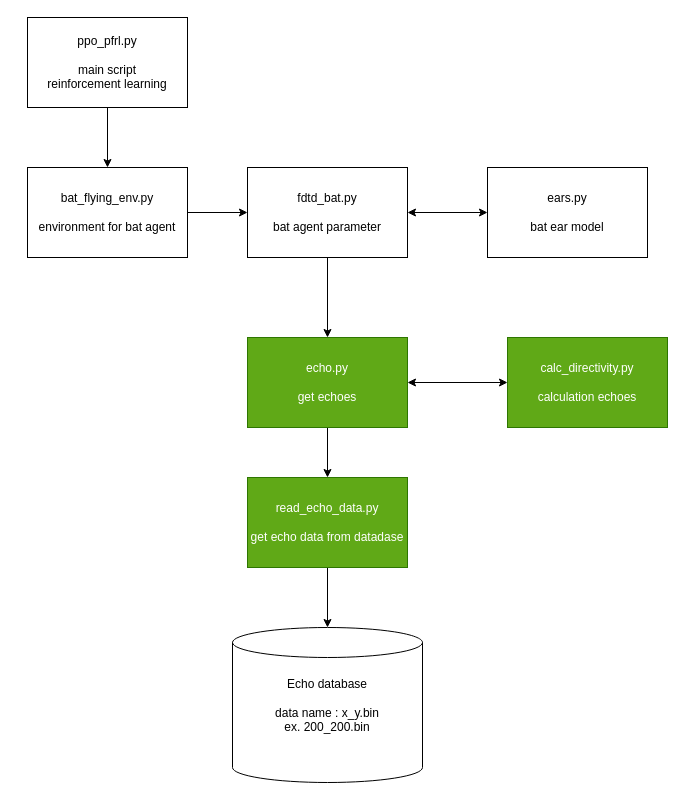
Above: page "Page-2" (2 of 2) of reinforcement_learning/Bat_agent.drawio in tsmyu/openBATS (draw.io), before the change. Source tidied: cells renumbered, new cells numbered last; positions are measured from the earlier drawing's top-left corner, leaving out a move shared by most shapes. Both pictures are drawn from the tidied source at 100%, with x=0, y=0 at pixel (27, 17).
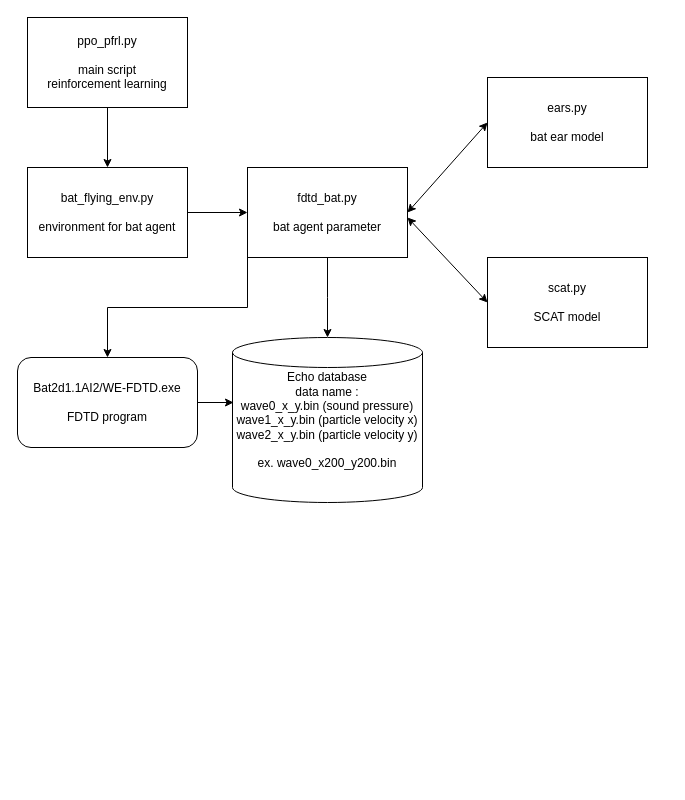
The same page after the edit.

The edit, as a diff of the source:
```diff
@@
 <mxGraphModel>
   <root>
     <mxCell id="0" />
     <mxCell id="1" parent="0" />
-    <mxCell id="2" value="Echo database&lt;br&gt;&lt;br&gt;data name : x_y.bin&lt;br&gt;ex. 200_200.bin" style="shape=cylinder2;whiteSpace=wrap;html=1;boundedLbl=1;backgroundOutline=1;size=15;" parent="1" vertex="1">
-      <mxGeometry x="205" y="610" width="190" height="155" as="geometry" />
+    <mxCell id="2" value="Echo database&lt;br&gt;data name : &lt;br&gt;wave0_x_y.bin (sound pressure)&lt;br&gt;wave1_x_y.bin (particle velocity x)&lt;br&gt;wave2_x_y.bin (particle velocity y)&lt;br&gt;&lt;br&gt;ex. wave0_x200_y200.bin" style="shape=cylinder2;whiteSpace=wrap;html=1;boundedLbl=1;backgroundOutline=1;size=15;" parent="1" vertex="1">
+      <mxGeometry x="205" y="320" width="190" height="165" as="geometry" />
     </mxCell>
     <mxCell id="3" style="edgeStyle=orthogonalEdgeStyle;rounded=0;jettySize=auto;html=1;" parent="1" edge="1" source="4" target="6">
       <mxGeometry relative="1" as="geometry" />
     </mxCell>
     <mxCell id="4" value="ppo_pfrl.py&lt;br&gt;&lt;br&gt;main script&lt;br&gt;reinforcement learning" style="rounded=0;whiteSpace=wrap;html=1;" parent="1" vertex="1">
       <mxGeometry width="160" height="90" as="geometry" />
     </mxCell>
     <mxCell id="5" style="edgeStyle=orthogonalEdgeStyle;rounded=0;jettySize=auto;html=1;" parent="1" edge="1" source="6" target="8">
       <mxGeometry relative="1" as="geometry" />
     </mxCell>
     <mxCell id="6" value="bat_flying_env.py&lt;br&gt;&lt;br&gt;environment for bat agent" style="rounded=0;whiteSpace=wrap;html=1;" parent="1" vertex="1">
       <mxGeometry y="150" width="160" height="90" as="geometry" />
     </mxCell>
-    <mxCell id="7" style="edgeStyle=orthogonalEdgeStyle;rounded=0;jettySize=auto;html=1;" parent="1" edge="1" source="8" target="10">
-      <mxGeometry relative="1" as="geometry" />
+    <mxCell id="7" style="edgeStyle=orthogonalEdgeStyle;rounded=0;jettySize=auto;html=1;" parent="1" edge="1" source="8">
+      <mxGeometry relative="1" as="geometry">
+        <mxPoint x="300" y="320" as="targetPoint" />
+      </mxGeometry>
     </mxCell>
     <mxCell id="8" value="fdtd_bat.py&lt;br&gt;&lt;br&gt;bat agent parameter" style="rounded=0;whiteSpace=wrap;html=1;" parent="1" vertex="1">
       <mxGeometry x="220" y="150" width="160" height="90" as="geometry" />
     </mxCell>
-    <mxCell id="9" style="edgeStyle=orthogonalEdgeStyle;rounded=0;jettySize=auto;html=1;" parent="1" edge="1" source="10" target="13">
-      <mxGeometry relative="1" as="geometry" />
-    </mxCell>
-    <mxCell id="10" value="echo.py&lt;br&gt;&lt;br&gt;get echoes" style="rounded=0;whiteSpace=wrap;html=1;fillColor=#60a917;strokeColor=#2D7600;fontColor=#ffffff;" parent="1" vertex="1">
-      <mxGeometry x="220" y="320" width="160" height="90" as="geometry" />
-    </mxCell>
-    <mxCell id="11" value="calc_directivity.py&lt;br&gt;&lt;br&gt;calculation echoes" style="rounded=0;whiteSpace=wrap;html=1;fillColor=#60a917;strokeColor=#2D7600;fontColor=#ffffff;" parent="1" vertex="1">
-      <mxGeometry x="480" y="320" width="160" height="90" as="geometry" />
-    </mxCell>
-    <mxCell id="12" style="edgeStyle=orthogonalEdgeStyle;rounded=0;jettySize=auto;html=1;" parent="1" edge="1" source="13" target="2">
-      <mxGeometry relative="1" as="geometry" />
-    </mxCell>
-    <mxCell id="13" value="read_echo_data.py&lt;br&gt;&lt;br&gt;get echo data from datadase" style="rounded=0;whiteSpace=wrap;html=1;fillColor=#60a917;strokeColor=#2D7600;fontColor=#ffffff;" parent="1" vertex="1">
-      <mxGeometry x="220" y="460" width="160" height="90" as="geometry" />
-    </mxCell>
-    <mxCell id="14" style="endArrow=classic;startArrow=classic;html=1;exitX=1;exitY=0.5;exitDx=0;exitDy=0;entryX=0;entryY=0.5;entryDx=0;entryDy=0;" parent="1" edge="1" source="8">
-      <mxGeometry relative="1" as="geometry">
-        <mxPoint x="460" y="195" as="targetPoint" />
-      </mxGeometry>
+    <mxCell id="14" style="endArrow=classic;startArrow=classic;html=1;exitX=1;exitY=0.5;exitDx=0;exitDy=0;entryX=0;entryY=0.5;entryDx=0;entryDy=0;" parent="1" edge="1" source="8" target="16">
+      <mxGeometry relative="1" as="geometry" />
     </mxCell>
-    <mxCell id="15" style="endArrow=classic;startArrow=classic;html=1;exitX=1;exitY=0.5;exitDx=0;exitDy=0;entryX=0;entryY=0.5;entryDx=0;entryDy=0;" parent="1" edge="1" source="10" target="11">
-      <mxGeometry relative="1" as="geometry" />
-    </mxCell>
     <mxCell id="16" value="ears.py&lt;br&gt;&lt;br&gt;bat ear model" style="rounded=0;whiteSpace=wrap;html=1;" parent="1" vertex="1">
-      <mxGeometry x="460" y="150" width="160" height="90" as="geometry" />
+      <mxGeometry x="460" y="60" width="160" height="90" as="geometry" />
     </mxCell>
+    <mxCell id="17" value="scat.py&lt;br&gt;&lt;br&gt;SCAT model" style="rounded=0;whiteSpace=wrap;html=1;" parent="1" vertex="1">
+      <mxGeometry x="460" y="240" width="160" height="90" as="geometry" />
+    </mxCell>
+    <mxCell id="18" style="endArrow=classic;startArrow=classic;html=1;entryX=0;entryY=0.5;entryDx=0;entryDy=0;" parent="1" edge="1" target="17">
+      <mxGeometry relative="1" as="geometry">
+        <mxPoint x="380" y="200" as="sourcePoint" />
+      </mxGeometry>
+    </mxCell>
+    <mxCell id="19" value="Bat2d1.1AI2/WE-FDTD.exe&lt;br&gt;&lt;br&gt;FDTD program" style="rounded=1;whiteSpace=wrap;html=1;" parent="1" vertex="1">
+      <mxGeometry x="-10" y="340" width="180" height="90" as="geometry" />
+    </mxCell>
+    <mxCell id="20" style="edgeStyle=orthogonalEdgeStyle;rounded=0;jettySize=auto;html=1;exitX=0;exitY=1;exitDx=0;exitDy=0;entryX=0.5;entryY=0;entryDx=0;entryDy=0;" parent="1" edge="1" source="8" target="19">
+      <mxGeometry relative="1" as="geometry" />
+    </mxCell>
+    <mxCell id="21" style="edgeStyle=orthogonalEdgeStyle;rounded=0;jettySize=auto;html=1;exitX=1;exitY=0.5;exitDx=0;exitDy=0;entryX=0.005;entryY=0.398;entryDx=0;entryDy=0;entryPerimeter=0;" parent="1" edge="1" source="19" target="2">
+      <mxGeometry relative="1" as="geometry" />
+    </mxCell>
   </root>
 </mxGraphModel>
```
